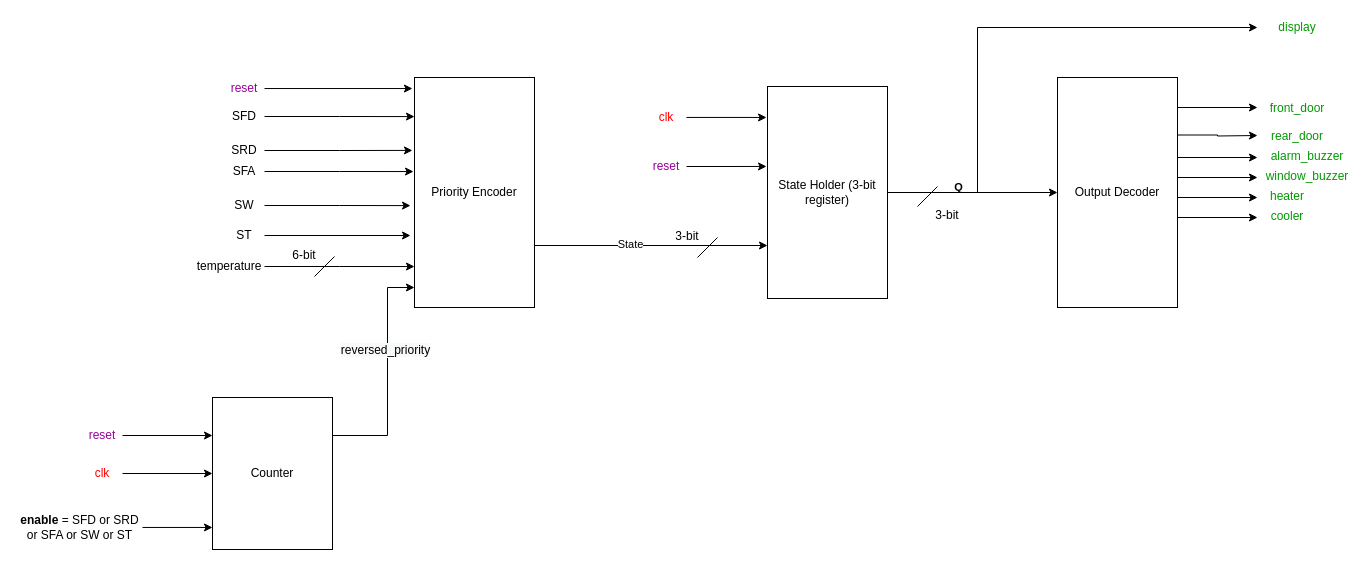
mostafa-elgendy22/Home-Automation-System keeps this draw.io diagram as System_Design/design1.drawio. Above is the earlier version. Source tidied: cells renumbered, new cells numbered last; positions are measured from the earlier drawing's top-left corner, leaving out a move shared by most shapes. Both pictures are drawn from the tidied source at 100%, with x=0, y=0 at pixel (17, 17).
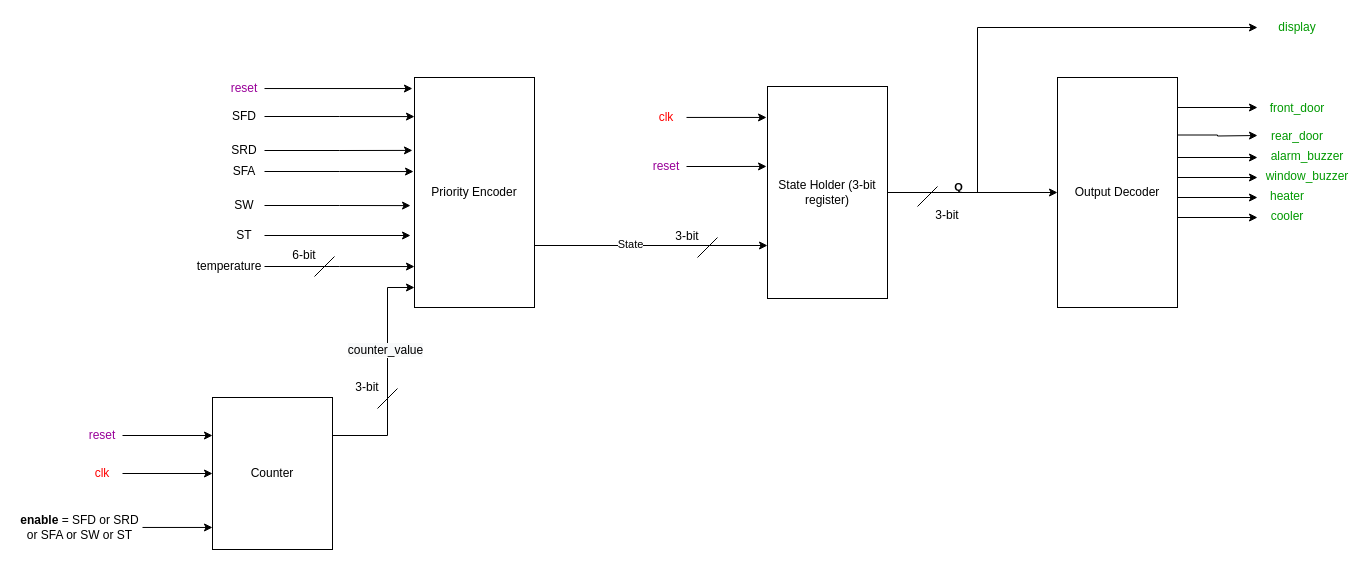
The same diagram, later.

The change refers to these unchanged cells:
```xml
<mxCell id="21" style="edgeStyle=orthogonalEdgeStyle;rounded=0;jettySize=auto;html=1;exitX=1;exitY=0.25;exitDx=0;exitDy=0;entryX=0;entryY=0.913;entryDx=0;entryDy=0;entryPerimeter=0;" parent="1" edge="1" source="23" target="4">
  <mxGeometry relative="1" as="geometry">
    <Array as="points">
      <mxPoint x="370" y="418" />
      <mxPoint x="370" y="270" />
    </Array>
  </mxGeometry>
</mxCell>
```

The edit, as a diff of the source:
```diff
@@
-    <mxCell id="22" value="&lt;span style=&quot;font-size: 12px ; background-color: rgb(248 , 249 , 250)&quot;&gt;reversed_priority&lt;/span&gt;" style="edgeLabel;html=1;align=center;verticalAlign=middle;" parent="21" vertex="1">
+    <mxCell id="22" value="&lt;span style=&quot;font-size: 12px ; background-color: rgb(248 , 249 , 250)&quot;&gt;counter_value&lt;/span&gt;" style="edgeLabel;html=1;align=center;verticalAlign=middle;" parent="21" vertex="1">
       <mxGeometry x="0.23" y="3" relative="1" as="geometry" />
     </mxCell>
@@
+    <mxCell id="56" style="endArrow=none;html=1;" parent="1" edge="1">
+      <mxGeometry relative="1" as="geometry">
+        <mxPoint x="360" y="391" as="sourcePoint" />
+        <mxPoint x="380" y="371" as="targetPoint" />
+      </mxGeometry>
+    </mxCell>
+    <mxCell id="57" value="3-bit" style="text;html=1;strokeColor=none;fillColor=none;align=center;verticalAlign=middle;whiteSpace=wrap;rounded=0;" parent="1" vertex="1">
+      <mxGeometry x="330" y="360" width="40" height="20" as="geometry" />
+    </mxCell>
```
